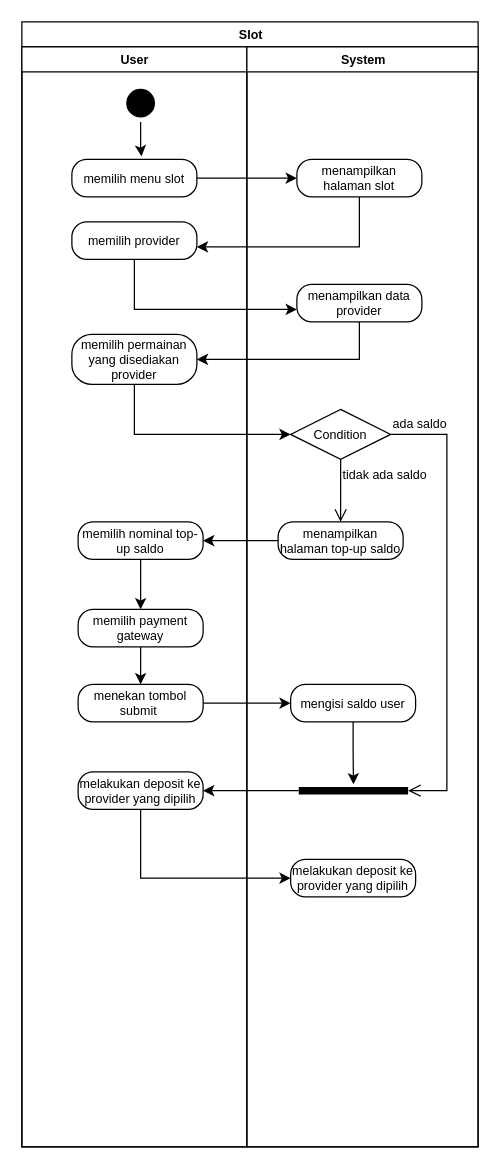
The draw.io diagram page "Main-Slot Diagram Activity" (3 of 4) of slot.drawio in irvansindy/slot, before the edit. Source tidied: cells renumbered, new cells numbered last; positions are measured from the earlier drawing's top-left corner, leaving out a move shared by most shapes. Both pictures are drawn from the tidied source at 125%, with x=0, y=0 at pixel (21, 21).
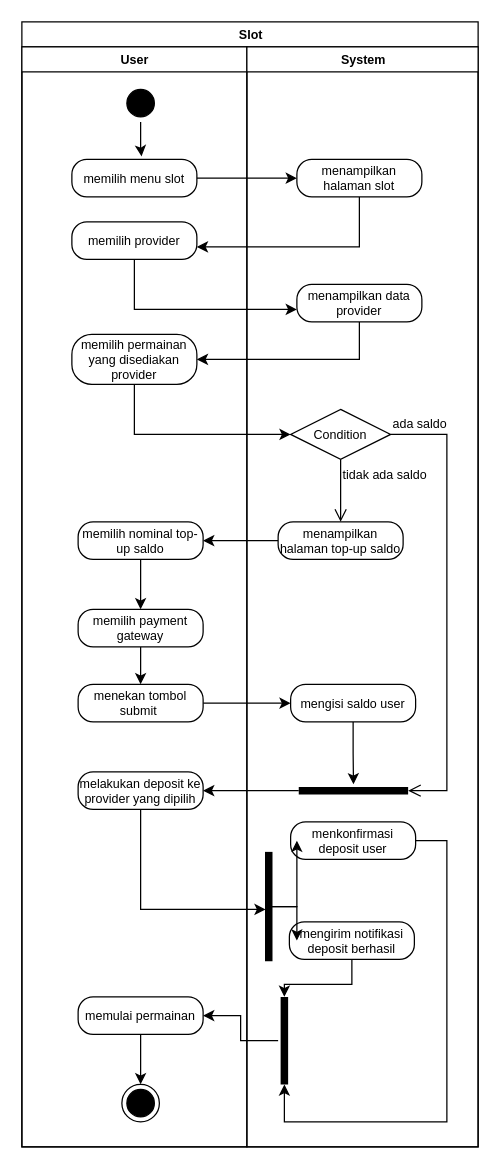
Above is the later version.

Unchanged cells that the change refers to:
```xml
<mxCell id="2" value="Slot" style="swimlane;startSize=20;strokeColor=default;strokeWidth=1;fontFamily=Helvetica;fontSize=10;fontColor=default;fillColor=default;html=1;" parent="1" vertex="1">
  <mxGeometry width="365" height="900" as="geometry" />
</mxCell>
<mxCell id="3" value="User" style="swimlane;startSize=20;strokeColor=default;strokeWidth=1;fontFamily=Helvetica;fontSize=10;fontColor=default;fillColor=default;html=1;" parent="2" vertex="1">
  <mxGeometry y="20" width="180" height="880" as="geometry" />
</mxCell>
<mxCell id="13" value="System" style="swimlane;startSize=20;strokeColor=default;strokeWidth=1;fontFamily=Helvetica;fontSize=10;fontColor=default;fillColor=default;html=1;" parent="2" vertex="1">
  <mxGeometry x="180" y="20" width="185" height="880" as="geometry" />
</mxCell>
<mxCell id="29" value="melakukan deposit ke provider yang dipilih" style="rounded=1;whiteSpace=wrap;html=1;arcSize=40;fontColor=#000000;fillColor=default;strokeColor=default;strokeWidth=1;fontFamily=Helvetica;fontSize=10;" parent="13" vertex="1">
  <mxGeometry x="-135" y="580" width="100" height="30" as="geometry" />
</mxCell>
```

Change to the diagram source:
```diff
@@
+    <mxCell id="35" style="edgeStyle=orthogonalEdgeStyle;rounded=0;jettySize=auto;html=1;strokeColor=default;fontFamily=Helvetica;fontSize=10;fontColor=default;" parent="3" edge="1" source="36" target="37">
+      <mxGeometry relative="1" as="geometry" />
+    </mxCell>
+    <mxCell id="36" value="memulai permainan" style="rounded=1;whiteSpace=wrap;html=1;arcSize=40;fontColor=#000000;fillColor=default;strokeColor=default;strokeWidth=1;fontFamily=Helvetica;fontSize=10;" parent="3" vertex="1">
+      <mxGeometry x="45" y="760" width="100" height="30" as="geometry" />
+    </mxCell>
+    <mxCell id="37" style="ellipse;html=1;shape=endState;fillColor=#000000;strokeColor=default;strokeWidth=1;fontFamily=Helvetica;fontSize=10;fontColor=default;" parent="3" vertex="1">
+      <mxGeometry x="80" y="830" width="30" height="30" as="geometry" />
+    </mxCell>
@@
-    <mxCell id="28" style="edgeStyle=orthogonalEdgeStyle;rounded=0;jettySize=auto;html=1;strokeColor=default;fontFamily=Helvetica;fontSize=10;fontColor=default;" parent="13" edge="1" source="29" target="32">
-      <mxGeometry relative="1" as="geometry">
-        <Array as="points">
-          <mxPoint x="-85" y="665" />
-        </Array>
-      </mxGeometry>
-    </mxCell>
+    <mxCell id="38" style="edgeStyle=orthogonalEdgeStyle;rounded=0;jettySize=auto;html=1;strokeColor=default;fontFamily=Helvetica;fontSize=10;fontColor=default;" parent="13" edge="1" source="29" target="45">
+      <mxGeometry relative="1" as="geometry">
+        <Array as="points">
+          <mxPoint x="-85" y="690" />
+        </Array>
+      </mxGeometry>
+    </mxCell>
@@
+    <mxCell id="39" style="edgeStyle=orthogonalEdgeStyle;rounded=0;jettySize=auto;html=1;strokeColor=default;fontFamily=Helvetica;fontSize=10;fontColor=default;" parent="13" edge="1" source="32">
+      <mxGeometry relative="1" as="geometry">
+        <mxPoint x="30" y="830" as="targetPoint" />
+        <Array as="points">
+          <mxPoint x="160" y="635" />
+          <mxPoint x="160" y="860" />
+          <mxPoint x="30" y="860" />
+        </Array>
+      </mxGeometry>
+    </mxCell>
-    <mxCell id="32" value="melakukan deposit ke provider yang dipilih" style="rounded=1;whiteSpace=wrap;html=1;arcSize=40;fontColor=#000000;fillColor=default;strokeColor=default;strokeWidth=1;fontFamily=Helvetica;fontSize=10;" parent="13" vertex="1">
-      <mxGeometry x="35" y="650" width="100" height="30" as="geometry" />
+    <mxCell id="32" value="menkonfirmasi deposit user" style="rounded=1;whiteSpace=wrap;html=1;arcSize=40;fontColor=#000000;fillColor=default;strokeColor=default;strokeWidth=1;fontFamily=Helvetica;fontSize=10;" parent="13" vertex="1">
+      <mxGeometry x="35" y="620" width="100" height="30" as="geometry" />
     </mxCell>
+    <mxCell id="40" style="edgeStyle=orthogonalEdgeStyle;rounded=0;jettySize=auto;html=1;entryX=0;entryY=0.5;entryDx=0;entryDy=0;entryPerimeter=0;strokeColor=default;fontFamily=Helvetica;fontSize=10;fontColor=default;" parent="13" edge="1" source="41" target="42">
+      <mxGeometry relative="1" as="geometry" />
+    </mxCell>
+    <mxCell id="41" value="mengirim notifikasi deposit berhasil" style="rounded=1;whiteSpace=wrap;html=1;arcSize=40;fontColor=#000000;fillColor=default;strokeColor=default;strokeWidth=1;fontFamily=Helvetica;fontSize=10;" parent="13" vertex="1">
+      <mxGeometry x="34" y="700" width="100" height="30" as="geometry" />
+    </mxCell>
+    <mxCell id="42" style="shape=line;html=1;strokeWidth=6;strokeColor=default;fontFamily=Helvetica;fontSize=10;fontColor=default;fillColor=default;direction=south;" parent="13" vertex="1">
+      <mxGeometry x="25" y="760" width="10" height="70" as="geometry" />
+    </mxCell>
+    <mxCell id="43" style="edgeStyle=orthogonalEdgeStyle;rounded=0;jettySize=auto;html=1;strokeColor=default;fontFamily=Helvetica;fontSize=10;fontColor=default;" parent="13" edge="1" source="45" target="32">
+      <mxGeometry relative="1" as="geometry" />
+    </mxCell>
+    <mxCell id="44" style="edgeStyle=orthogonalEdgeStyle;rounded=0;jettySize=auto;html=1;strokeColor=default;fontFamily=Helvetica;fontSize=10;fontColor=default;" parent="13" edge="1" source="45" target="41">
+      <mxGeometry relative="1" as="geometry" />
+    </mxCell>
+    <mxCell id="45" style="shape=line;html=1;strokeWidth=6;strokeColor=default;fontFamily=Helvetica;fontSize=10;fontColor=default;fillColor=default;direction=south;" parent="13" vertex="1">
+      <mxGeometry x="15" y="644" width="5" height="87.5" as="geometry" />
+    </mxCell>
@@
+    <mxCell id="46" style="edgeStyle=orthogonalEdgeStyle;rounded=0;jettySize=auto;html=1;strokeColor=default;fontFamily=Helvetica;fontSize=10;fontColor=default;" parent="2" edge="1" source="42" target="36">
+      <mxGeometry relative="1" as="geometry" />
+    </mxCell>
```
